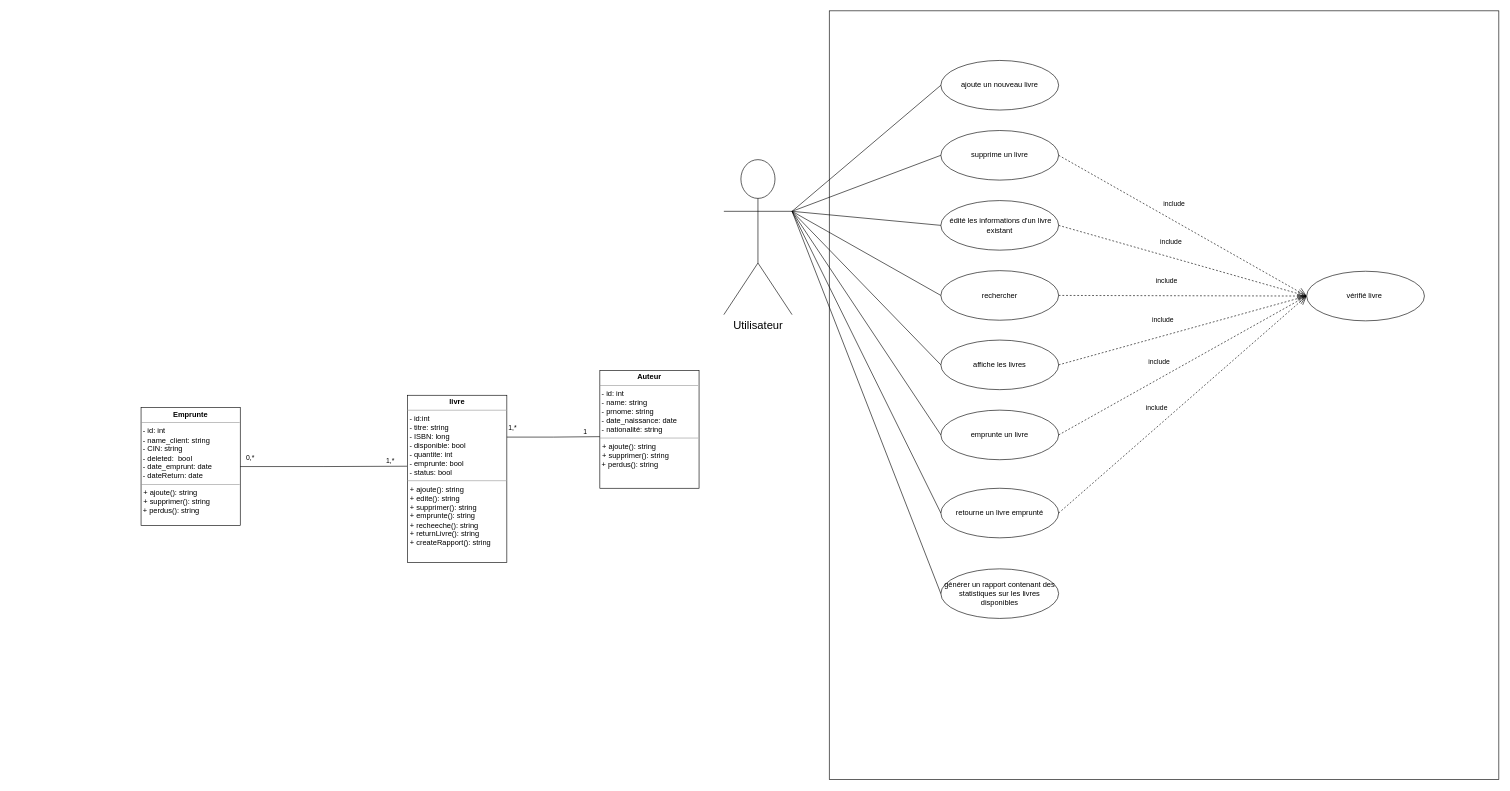
ErrayAbdellah/SAS-JAVA keeps this draw.io diagram as UML/Diagrame de class.drawio. Above is the earlier version. Source tidied: cells renumbered, new cells numbered last; positions are measured from the earlier drawing's top-left corner, leaving out a move shared by most shapes. Both pictures are drawn from the tidied source at 62%, with x=0, y=0 at pixel (141, 11).
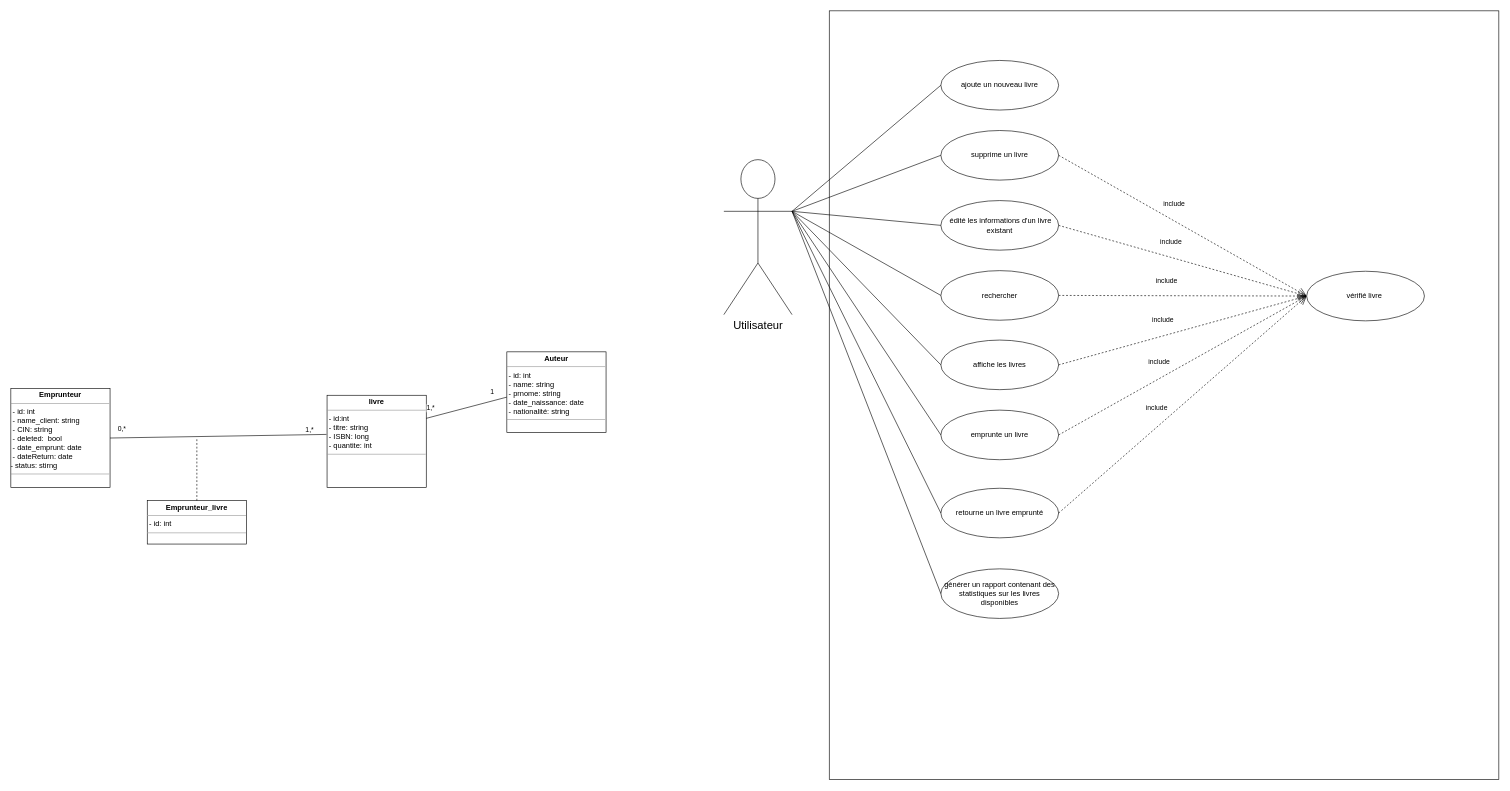
The same page after the edit.

Diff of the diagram source:
```diff
@@
-    <mxCell id="2" value="&lt;p style=&quot;margin:0px;margin-top:4px;text-align:center;&quot;&gt;&lt;b&gt;livre&lt;/b&gt;&lt;/p&gt;&lt;hr size=&quot;1&quot;&gt;&lt;p style=&quot;margin:0px;margin-left:4px;&quot;&gt;&lt;/p&gt;&amp;nbsp;- id:int&amp;nbsp;&lt;br&gt;&amp;nbsp;- titre: string&lt;br&gt;&amp;nbsp;- ISBN: long&lt;br&gt;&amp;nbsp;- disponible: bool&lt;br&gt;&amp;nbsp;- quantite: int&lt;br&gt;&amp;nbsp;- emprunte: bool&lt;br&gt;&amp;nbsp;- status: bool&lt;br&gt;&lt;span id=&quot;docs-internal-guid-11c1d972-7fff-43f4-3b42-d1f922a2a3e9&quot;&gt;&lt;/span&gt;&lt;hr size=&quot;1&quot;&gt;&lt;p style=&quot;margin:0px;margin-left:4px;&quot;&gt;+ ajoute(): string&lt;/p&gt;&lt;p style=&quot;margin:0px;margin-left:4px;&quot;&gt;+ edite(): string&lt;/p&gt;&lt;p style=&quot;margin:0px;margin-left:4px;&quot;&gt;+ supprimer(): string&lt;/p&gt;&lt;p style=&quot;margin:0px;margin-left:4px;&quot;&gt;+ emprunte(): string&lt;/p&gt;&lt;p style=&quot;margin:0px;margin-left:4px;&quot;&gt;+ recheeche(): string&lt;/p&gt;&lt;p style=&quot;margin:0px;margin-left:4px;&quot;&gt;+ returnLivre(): string&amp;nbsp;&lt;/p&gt;&lt;p style=&quot;margin:0px;margin-left:4px;&quot;&gt;+ createRapport(): string&amp;nbsp;&lt;/p&gt;" style="verticalAlign=top;align=left;overflow=fill;fontSize=12;fontFamily=Helvetica;html=1;whiteSpace=wrap;" parent="1" vertex="1">
-      <mxGeometry x="430" y="620" width="160" height="270" as="geometry" />
-    </mxCell>
-    <mxCell id="3" value="&lt;p style=&quot;margin:0px;margin-top:4px;text-align:center;&quot;&gt;&lt;b&gt;Emprunte&lt;/b&gt;&lt;/p&gt;&lt;hr size=&quot;1&quot;&gt;&lt;p style=&quot;margin:0px;margin-left:4px;&quot;&gt;&lt;/p&gt;&amp;nbsp;- id: int&lt;br&gt;&amp;nbsp;- name_client: string&lt;br&gt;&amp;nbsp;- CIN: string&lt;br&gt;&amp;nbsp;- deleted:&amp;nbsp; bool&lt;br&gt;&amp;nbsp;- date_emprunt&lt;span style=&quot;background-color: initial;&quot;&gt;: date&lt;/span&gt;&lt;br&gt;&amp;nbsp;-&amp;nbsp;dateReturn&lt;span style=&quot;background-color: initial;&quot;&gt;: date&lt;/span&gt;&lt;br&gt;&lt;span id=&quot;docs-internal-guid-11c1d972-7fff-43f4-3b42-d1f922a2a3e9&quot;&gt;&lt;/span&gt;&lt;hr size=&quot;1&quot;&gt;&lt;p style=&quot;margin:0px;margin-left:4px;&quot;&gt;+ ajoute(): string&lt;/p&gt;&lt;p style=&quot;margin:0px;margin-left:4px;&quot;&gt;+ supprimer(): string&lt;/p&gt;&amp;nbsp;+ perdus(): string&amp;nbsp;" style="verticalAlign=top;align=left;overflow=fill;fontSize=12;fontFamily=Helvetica;html=1;whiteSpace=wrap;" parent="1" vertex="1">
-      <mxGeometry y="640" width="160" height="190" as="geometry" />
-    </mxCell>
-    <mxCell id="4" style="endArrow=none;html=1;edgeStyle=orthogonalEdgeStyle;rounded=0;entryX=-0.006;entryY=0.424;entryDx=0;entryDy=0;entryPerimeter=0;exitX=1;exitY=0.5;exitDx=0;exitDy=0;" parent="1" edge="1" source="3" target="2">
-      <mxGeometry relative="1" as="geometry" />
-    </mxCell>
-    <mxCell id="5" value="1,*" style="edgeLabel;html=1;align=right;verticalAlign=bottom;" parent="4" vertex="1">
-      <mxGeometry x="1" relative="1" as="geometry">
-        <mxPoint x="-20" as="offset" />
-      </mxGeometry>
-    </mxCell>
-    <mxCell id="6" value="0,*" style="edgeLabel;html=1;align=center;verticalAlign=middle;" parent="4" vertex="1">
-      <mxGeometry x="-0.89" relative="1" as="geometry">
-        <mxPoint y="-15" as="offset" />
-      </mxGeometry>
-    </mxCell>
@@
-    <mxCell id="32" value="&lt;p style=&quot;margin:0px;margin-top:4px;text-align:center;&quot;&gt;&lt;b&gt;Auteur&lt;/b&gt;&lt;/p&gt;&lt;hr size=&quot;1&quot;&gt;&lt;p style=&quot;margin:0px;margin-left:4px;&quot;&gt;&lt;/p&gt;&amp;nbsp;- id: int&lt;br&gt;&amp;nbsp;- name: string&lt;br&gt;&amp;nbsp;- prnome: string&lt;br&gt;&amp;nbsp;- date_naissance: date&lt;br&gt;&amp;nbsp;- nationalité: string&lt;br&gt;&lt;span id=&quot;docs-internal-guid-11c1d972-7fff-43f4-3b42-d1f922a2a3e9&quot;&gt;&lt;/span&gt;&lt;hr size=&quot;1&quot;&gt;&lt;p style=&quot;margin:0px;margin-left:4px;&quot;&gt;+ ajoute(): string&lt;/p&gt;&lt;p style=&quot;margin:0px;margin-left:4px;&quot;&gt;+ supprimer(): string&lt;/p&gt;&amp;nbsp;+ perdus(): string&amp;nbsp;" style="verticalAlign=top;align=left;overflow=fill;fontSize=12;fontFamily=Helvetica;html=1;whiteSpace=wrap;" parent="1" vertex="1">
-      <mxGeometry x="740" y="580" width="160" height="190" as="geometry" />
-    </mxCell>
-    <mxCell id="33" style="endArrow=none;html=1;edgeStyle=orthogonalEdgeStyle;rounded=0;entryX=-0.001;entryY=0.562;entryDx=0;entryDy=0;entryPerimeter=0;exitX=1;exitY=0.25;exitDx=0;exitDy=0;" parent="1" edge="1" source="2" target="32">
-      <mxGeometry relative="1" as="geometry" />
-    </mxCell>
+    <mxCell id="36" value="&lt;p style=&quot;margin:0px;margin-top:4px;text-align:center;&quot;&gt;&lt;b&gt;livre&lt;/b&gt;&lt;/p&gt;&lt;hr size=&quot;1&quot;&gt;&lt;p style=&quot;margin:0px;margin-left:4px;&quot;&gt;&lt;/p&gt;&amp;nbsp;- id:int&amp;nbsp;&lt;br&gt;&amp;nbsp;- titre: string&lt;br&gt;&amp;nbsp;- ISBN: long&lt;br&gt;&amp;nbsp;- quantite: int&lt;br&gt;&lt;span id=&quot;docs-internal-guid-11c1d972-7fff-43f4-3b42-d1f922a2a3e9&quot;&gt;&lt;/span&gt;&lt;hr size=&quot;1&quot;&gt;&lt;p style=&quot;margin:0px;margin-left:4px;&quot;&gt;&lt;br&gt;&lt;/p&gt;" style="verticalAlign=top;align=left;overflow=fill;fontSize=12;fontFamily=Helvetica;html=1;whiteSpace=wrap;" parent="1" vertex="1">
+      <mxGeometry x="300" y="620" width="160" height="149" as="geometry" />
+    </mxCell>
+    <mxCell id="37" value="&lt;p style=&quot;margin:0px;margin-top:4px;text-align:center;&quot;&gt;&lt;b&gt;Emprunteur&lt;/b&gt;&lt;/p&gt;&lt;hr size=&quot;1&quot;&gt;&lt;p style=&quot;margin:0px;margin-left:4px;&quot;&gt;&lt;/p&gt;&amp;nbsp;- id: int&lt;br&gt;&amp;nbsp;- name_client: string&lt;br&gt;&amp;nbsp;- CIN: string&lt;br&gt;&amp;nbsp;- deleted:&amp;nbsp; bool&lt;br&gt;&amp;nbsp;- date_emprunt&lt;span style=&quot;background-color: initial;&quot;&gt;: date&lt;/span&gt;&lt;br&gt;&amp;nbsp;-&amp;nbsp;dateReturn&lt;span style=&quot;background-color: initial;&quot;&gt;: date&lt;br&gt;&lt;/span&gt;- status: stirng&amp;nbsp;&lt;br&gt;&lt;span id=&quot;docs-internal-guid-11c1d972-7fff-43f4-3b42-d1f922a2a3e9&quot;&gt;&lt;/span&gt;&lt;hr size=&quot;1&quot;&gt;&lt;p style=&quot;margin:0px;margin-left:4px;&quot;&gt;&lt;/p&gt;" style="verticalAlign=top;align=left;overflow=fill;fontSize=12;fontFamily=Helvetica;html=1;whiteSpace=wrap;" parent="1" vertex="1">
+      <mxGeometry x="-210" y="609" width="160" height="160" as="geometry" />
+    </mxCell>
+    <mxCell id="38" style="endArrow=none;html=1;rounded=0;entryX=-0.006;entryY=0.424;entryDx=0;entryDy=0;entryPerimeter=0;exitX=1;exitY=0.5;exitDx=0;exitDy=0;" parent="1" edge="1" source="37" target="36">
+      <mxGeometry relative="1" as="geometry" />
+    </mxCell>
+    <mxCell id="5" value="1,*" style="edgeLabel;html=1;align=right;verticalAlign=bottom;" parent="38" vertex="1">
+      <mxGeometry x="1" relative="1" as="geometry">
+        <mxPoint x="-20" as="offset" />
+      </mxGeometry>
+    </mxCell>
+    <mxCell id="6" value="0,*" style="edgeLabel;html=1;align=center;verticalAlign=middle;" parent="38" vertex="1">
+      <mxGeometry x="-0.89" relative="1" as="geometry">
+        <mxPoint y="-15" as="offset" />
+      </mxGeometry>
+    </mxCell>
+    <mxCell id="39" value="&lt;p style=&quot;margin:0px;margin-top:4px;text-align:center;&quot;&gt;&lt;b&gt;Auteur&lt;/b&gt;&lt;/p&gt;&lt;hr size=&quot;1&quot;&gt;&lt;p style=&quot;margin:0px;margin-left:4px;&quot;&gt;&lt;/p&gt;&amp;nbsp;- id: int&lt;br&gt;&amp;nbsp;- name: string&lt;br&gt;&amp;nbsp;- prnome: string&lt;br&gt;&amp;nbsp;- date_naissance: date&lt;br&gt;&amp;nbsp;- nationalité: string&lt;br&gt;&lt;span id=&quot;docs-internal-guid-11c1d972-7fff-43f4-3b42-d1f922a2a3e9&quot;&gt;&lt;/span&gt;&lt;hr size=&quot;1&quot;&gt;&lt;p style=&quot;margin:0px;margin-left:4px;&quot;&gt;&lt;/p&gt;" style="verticalAlign=top;align=left;overflow=fill;fontSize=12;fontFamily=Helvetica;html=1;whiteSpace=wrap;" parent="1" vertex="1">
+      <mxGeometry x="590" y="550" width="160" height="130" as="geometry" />
+    </mxCell>
+    <mxCell id="40" style="endArrow=none;html=1;rounded=0;entryX=-0.001;entryY=0.562;entryDx=0;entryDy=0;entryPerimeter=0;exitX=1;exitY=0.25;exitDx=0;exitDy=0;" parent="1" edge="1" source="36" target="39">
+      <mxGeometry relative="1" as="geometry" />
+    </mxCell>
-    <mxCell id="34" value="1" style="edgeLabel;html=1;align=right;verticalAlign=bottom;" parent="33" vertex="1">
+    <mxCell id="34" value="1" style="edgeLabel;html=1;align=right;verticalAlign=bottom;" parent="40" vertex="1">
       <mxGeometry x="1" relative="1" as="geometry">
         <mxPoint x="-20" as="offset" />
       </mxGeometry>
     </mxCell>
-    <mxCell id="35" value="1,*" style="edgeLabel;html=1;align=center;verticalAlign=middle;" parent="33" vertex="1">
+    <mxCell id="35" value="1,*" style="edgeLabel;html=1;align=center;verticalAlign=middle;" parent="40" vertex="1">
       <mxGeometry x="-0.89" relative="1" as="geometry">
         <mxPoint y="-15" as="offset" />
       </mxGeometry>
     </mxCell>
+    <mxCell id="41" value="&lt;p style=&quot;margin:0px;margin-top:4px;text-align:center;&quot;&gt;&lt;b&gt;Emprunteur_livre&lt;/b&gt;&lt;/p&gt;&lt;hr size=&quot;1&quot;&gt;&lt;p style=&quot;margin:0px;margin-left:4px;&quot;&gt;&lt;/p&gt;&amp;nbsp;- id: int&lt;br&gt;&lt;span id=&quot;docs-internal-guid-11c1d972-7fff-43f4-3b42-d1f922a2a3e9&quot;&gt;&lt;/span&gt;&lt;hr size=&quot;1&quot;&gt;&lt;p style=&quot;margin:0px;margin-left:4px;&quot;&gt;&lt;/p&gt;" style="verticalAlign=top;align=left;overflow=fill;fontSize=12;fontFamily=Helvetica;html=1;whiteSpace=wrap;" parent="1" vertex="1">
+      <mxGeometry x="10" y="790" width="160" height="70" as="geometry" />
+    </mxCell>
+    <mxCell id="42" style="endArrow=none;html=1;rounded=0;exitX=0.5;exitY=0;exitDx=0;exitDy=0;dashed=1;" parent="1" edge="1" source="41">
+      <mxGeometry relative="1" as="geometry">
+        <mxPoint x="90" y="690" as="targetPoint" />
+      </mxGeometry>
+    </mxCell>
```
